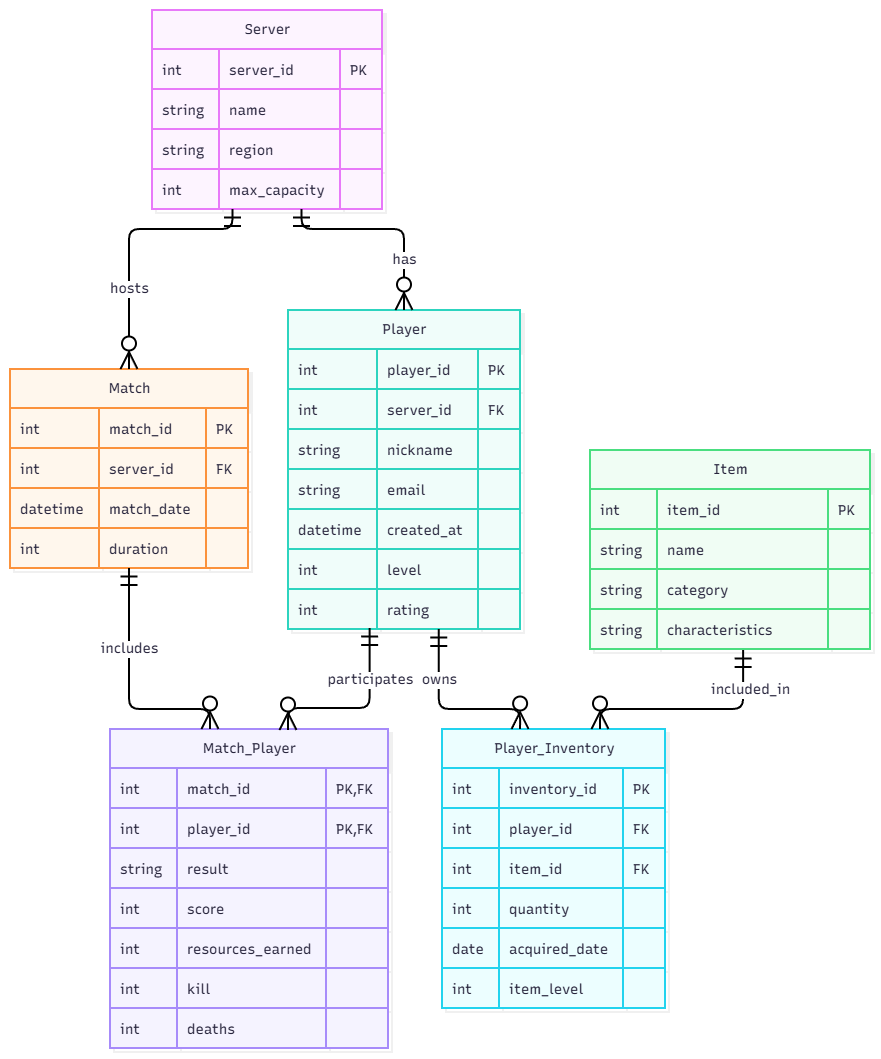
Before: labs/1 - ER Diagram/er_diagram.png, a diagram exported from draw.io (ZheniaTrochun/db-intro-course). Source tidied: cells renumbered, new cells last; positions are measured from the earlier drawing's top-left corner, leaving out a move shared by most shapes.
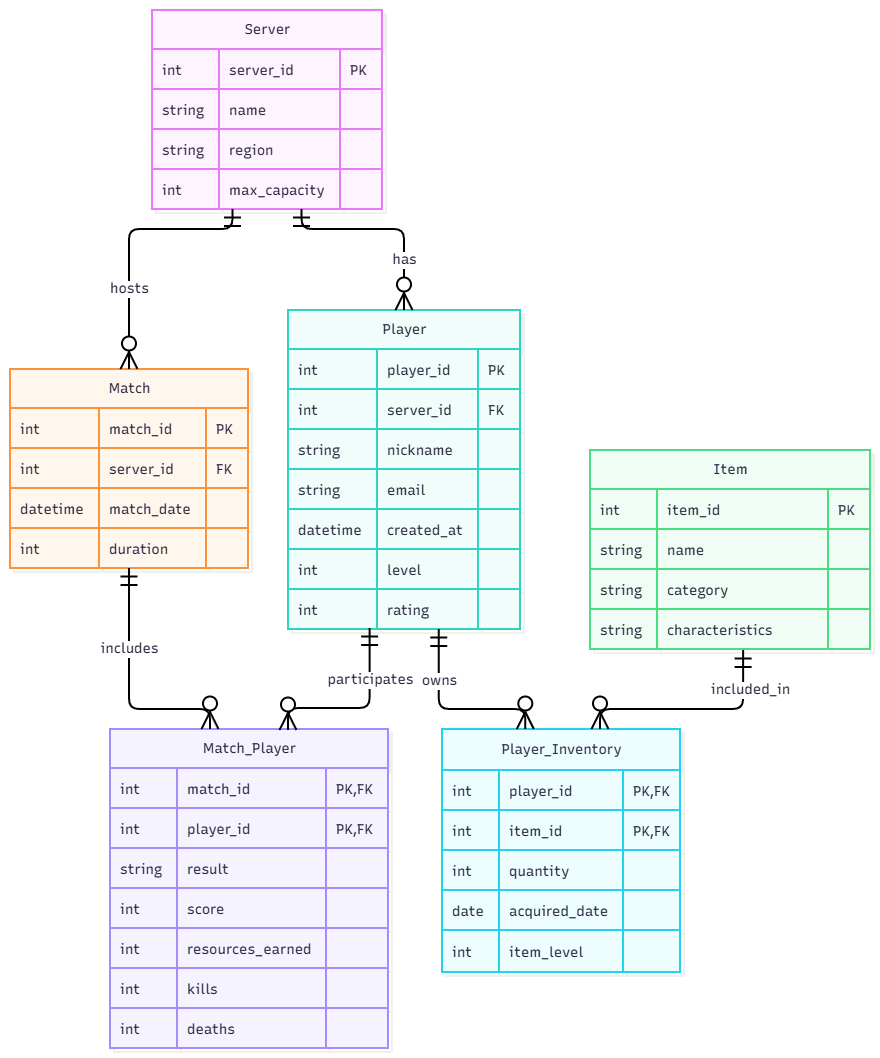
The same file after the commit.

Commit message:
Refactor Player_Inventory keys and sync report attributes

Change to the diagram source:
```diff
@@ -1,4 +1,4 @@
-<mxGraphModel>
+<mxGraphModel background="light-dark(#ffffff, #121212)">
   <root>
     <mxCell id="0" />
     <mxCell id="1" parent="0" />
@@ -194,23 +194,11 @@
     <mxCell id="65" style="shape=partialRectangle;fillColor=none;strokeColor=#FB923C;strokeWidth=2;fontColor=#28253D;fontFamily=Recursive;top=1;left=1;bottom=1;right=1;align=left;spacingLeft=8;overflow=hidden;fontSize=14;fontSource=https%3A%2F%2Ffonts.googleapis.com%2Fcss%3Ffamily%3DRecursive;" parent="62" vertex="1">
       <mxGeometry x="196" width="42" height="40" as="geometry" />
     </mxCell>
-    <mxCell id="66" value="Player_Inventory" style="shape=table;startSize=39.75;rowLines=1;fontSize=14;fontFamily=Recursive;strokeWidth=2;align=center;html=1;fillColor=#ECFEFF;strokeColor=#22D3EE;fontColor=#28253D;shadow=1;shadowColor=#000000;shadowOffsetX=4;shadowOffsetY=4;shadowBlur=0;shadowOpacity=6;fontSource=https%3A%2F%2Ffonts.googleapis.com%2Fcss%3Ffamily%3DRecursive;" parent="2" vertex="1">
-      <mxGeometry x="782" y="869" width="223" height="279" as="geometry" />
+    <mxCell id="66" value="Player_Inventory" style="shape=table;startSize=41;rowLines=1;fontSize=14;fontFamily=Recursive;strokeWidth=2;align=center;html=1;fillColor=#ECFEFF;strokeColor=#22D3EE;fontColor=#28253D;shadow=1;shadowColor=#000000;shadowOffsetX=4;shadowOffsetY=4;shadowBlur=0;shadowOpacity=6;fontSource=https%3A%2F%2Ffonts.googleapis.com%2Fcss%3Ffamily%3DRecursive;" parent="2" vertex="1">
+      <mxGeometry x="782" y="869" width="238" height="243" as="geometry" />
     </mxCell>
-    <mxCell id="67" style="shape=tableRow;horizontal=0;startSize=0;swimlaneHead=0;swimlaneBody=1;fillColor=#ECFEFF;strokeColor=#22D3EE;strokeWidth=2;top=0;left=0;right=0;bottom=0;" parent="66" vertex="1">
-      <mxGeometry y="39" width="223" height="40" as="geometry" />
-    </mxCell>
-    <mxCell id="68" value="int" style="shape=partialRectangle;fillColor=none;strokeColor=#22D3EE;strokeWidth=2;fontColor=#28253D;fontFamily=Recursive;top=1;left=1;bottom=1;right=1;align=left;spacingLeft=8;overflow=hidden;fontSize=14;fontSource=https%3A%2F%2Ffonts.googleapis.com%2Fcss%3Ffamily%3DRecursive;" parent="67" vertex="1">
-      <mxGeometry width="57" height="40" as="geometry" />
-    </mxCell>
-    <mxCell id="69" value="inventory_id" style="shape=partialRectangle;fillColor=none;strokeColor=#22D3EE;strokeWidth=2;fontColor=#28253D;fontFamily=Recursive;top=1;left=1;bottom=1;right=1;align=left;spacingLeft=8;overflow=hidden;fontSize=14;fontSource=https%3A%2F%2Ffonts.googleapis.com%2Fcss%3Ffamily%3DRecursive;" parent="67" vertex="1">
-      <mxGeometry x="57" width="124" height="40" as="geometry" />
-    </mxCell>
-    <mxCell id="70" value="PK" style="shape=partialRectangle;fillColor=none;strokeColor=#22D3EE;strokeWidth=2;fontColor=#28253D;fontFamily=Recursive;top=1;left=1;bottom=1;right=1;align=left;spacingLeft=8;overflow=hidden;fontSize=14;fontSource=https%3A%2F%2Ffonts.googleapis.com%2Fcss%3Ffamily%3DRecursive;" parent="67" vertex="1">
-      <mxGeometry x="181" width="42" height="40" as="geometry" />
-    </mxCell>
     <mxCell id="71" style="shape=tableRow;horizontal=0;startSize=0;swimlaneHead=0;swimlaneBody=1;fillColor=#ECFEFF;strokeColor=#22D3EE;strokeWidth=2;top=0;left=0;right=0;bottom=0;" parent="66" vertex="1">
-      <mxGeometry y="79" width="223" height="40" as="geometry" />
+      <mxGeometry y="41" width="238" height="40" as="geometry" />
     </mxCell>
     <mxCell id="72" value="int" style="shape=partialRectangle;fillColor=none;strokeColor=#22D3EE;strokeWidth=2;fontColor=#28253D;fontFamily=Recursive;top=1;left=1;bottom=1;right=1;align=left;spacingLeft=8;overflow=hidden;fontSize=14;fontSource=https%3A%2F%2Ffonts.googleapis.com%2Fcss%3Ffamily%3DRecursive;" parent="71" vertex="1">
       <mxGeometry width="57" height="40" as="geometry" />
@@ -218,11 +206,11 @@
     <mxCell id="73" value="player_id" style="shape=partialRectangle;fillColor=none;strokeColor=#22D3EE;strokeWidth=2;fontColor=#28253D;fontFamily=Recursive;top=1;left=1;bottom=1;right=1;align=left;spacingLeft=8;overflow=hidden;fontSize=14;fontSource=https%3A%2F%2Ffonts.googleapis.com%2Fcss%3Ffamily%3DRecursive;" parent="71" vertex="1">
       <mxGeometry x="57" width="124" height="40" as="geometry" />
     </mxCell>
-    <mxCell id="74" value="FK" style="shape=partialRectangle;fillColor=none;strokeColor=#22D3EE;strokeWidth=2;fontColor=#28253D;fontFamily=Recursive;top=1;left=1;bottom=1;right=1;align=left;spacingLeft=8;overflow=hidden;fontSize=14;fontSource=https%3A%2F%2Ffonts.googleapis.com%2Fcss%3Ffamily%3DRecursive;" parent="71" vertex="1">
-      <mxGeometry x="181" width="42" height="40" as="geometry" />
+    <mxCell id="74" value="PK,FK" style="shape=partialRectangle;fillColor=none;strokeColor=#22D3EE;strokeWidth=2;fontColor=#28253D;fontFamily=Recursive;top=1;left=1;bottom=1;right=1;align=left;spacingLeft=8;overflow=hidden;fontSize=14;fontSource=https%3A%2F%2Ffonts.googleapis.com%2Fcss%3Ffamily%3DRecursive;" parent="71" vertex="1">
+      <mxGeometry x="181" width="57" height="40" as="geometry" />
     </mxCell>
     <mxCell id="75" style="shape=tableRow;horizontal=0;startSize=0;swimlaneHead=0;swimlaneBody=1;fillColor=#ECFEFF;strokeColor=#22D3EE;strokeWidth=2;top=0;left=0;right=0;bottom=0;" parent="66" vertex="1">
-      <mxGeometry y="119" width="223" height="40" as="geometry" />
+      <mxGeometry y="81" width="238" height="40" as="geometry" />
     </mxCell>
     <mxCell id="76" value="int" style="shape=partialRectangle;fillColor=none;strokeColor=#22D3EE;strokeWidth=2;fontColor=#28253D;fontFamily=Recursive;top=1;left=1;bottom=1;right=1;align=left;spacingLeft=8;overflow=hidden;fontSize=14;fontSource=https%3A%2F%2Ffonts.googleapis.com%2Fcss%3Ffamily%3DRecursive;" parent="75" vertex="1">
       <mxGeometry width="57" height="40" as="geometry" />
@@ -230,11 +218,11 @@
     <mxCell id="77" value="item_id" style="shape=partialRectangle;fillColor=none;strokeColor=#22D3EE;strokeWidth=2;fontColor=#28253D;fontFamily=Recursive;top=1;left=1;bottom=1;right=1;align=left;spacingLeft=8;overflow=hidden;fontSize=14;fontSource=https%3A%2F%2Ffonts.googleapis.com%2Fcss%3Ffamily%3DRecursive;" parent="75" vertex="1">
       <mxGeometry x="57" width="124" height="40" as="geometry" />
     </mxCell>
-    <mxCell id="78" value="FK" style="shape=partialRectangle;fillColor=none;strokeColor=#22D3EE;strokeWidth=2;fontColor=#28253D;fontFamily=Recursive;top=1;left=1;bottom=1;right=1;align=left;spacingLeft=8;overflow=hidden;fontSize=14;fontSource=https%3A%2F%2Ffonts.googleapis.com%2Fcss%3Ffamily%3DRecursive;" parent="75" vertex="1">
-      <mxGeometry x="181" width="42" height="40" as="geometry" />
+    <mxCell id="78" value="PK,FK" style="shape=partialRectangle;fillColor=none;strokeColor=#22D3EE;strokeWidth=2;fontColor=#28253D;fontFamily=Recursive;top=1;left=1;bottom=1;right=1;align=left;spacingLeft=8;overflow=hidden;fontSize=14;fontSource=https%3A%2F%2Ffonts.googleapis.com%2Fcss%3Ffamily%3DRecursive;" parent="75" vertex="1">
+      <mxGeometry x="181" width="57" height="40" as="geometry" />
     </mxCell>
     <mxCell id="79" style="shape=tableRow;horizontal=0;startSize=0;swimlaneHead=0;swimlaneBody=1;fillColor=#ECFEFF;strokeColor=#22D3EE;strokeWidth=2;top=0;left=0;right=0;bottom=0;" parent="66" vertex="1">
-      <mxGeometry y="159" width="223" height="40" as="geometry" />
+      <mxGeometry y="121" width="238" height="40" as="geometry" />
     </mxCell>
     <mxCell id="80" value="int" style="shape=partialRectangle;fillColor=none;strokeColor=#22D3EE;strokeWidth=2;fontColor=#28253D;fontFamily=Recursive;top=1;left=1;bottom=1;right=1;align=left;spacingLeft=8;overflow=hidden;fontSize=14;fontSource=https%3A%2F%2Ffonts.googleapis.com%2Fcss%3Ffamily%3DRecursive;" parent="79" vertex="1">
       <mxGeometry width="57" height="40" as="geometry" />
@@ -243,10 +231,10 @@
       <mxGeometry x="57" width="124" height="40" as="geometry" />
     </mxCell>
     <mxCell id="82" style="shape=partialRectangle;fillColor=none;strokeColor=#22D3EE;strokeWidth=2;fontColor=#28253D;fontFamily=Recursive;top=1;left=1;bottom=1;right=1;align=left;spacingLeft=8;overflow=hidden;fontSize=14;fontSource=https%3A%2F%2Ffonts.googleapis.com%2Fcss%3Ffamily%3DRecursive;" parent="79" vertex="1">
-      <mxGeometry x="181" width="42" height="40" as="geometry" />
+      <mxGeometry x="181" width="57" height="40" as="geometry" />
     </mxCell>
     <mxCell id="83" style="shape=tableRow;horizontal=0;startSize=0;swimlaneHead=0;swimlaneBody=1;fillColor=#ECFEFF;strokeColor=#22D3EE;strokeWidth=2;top=0;left=0;right=0;bottom=0;" parent="66" vertex="1">
-      <mxGeometry y="199" width="223" height="40" as="geometry" />
+      <mxGeometry y="161" width="238" height="40" as="geometry" />
     </mxCell>
     <mxCell id="84" value="date" style="shape=partialRectangle;fillColor=none;strokeColor=#22D3EE;strokeWidth=2;fontColor=#28253D;fontFamily=Recursive;top=1;left=1;bottom=1;right=1;align=left;spacingLeft=8;overflow=hidden;fontSize=14;fontSource=https%3A%2F%2Ffonts.googleapis.com%2Fcss%3Ffamily%3DRecursive;" parent="83" vertex="1">
       <mxGeometry width="57" height="40" as="geometry" />
@@ -255,19 +243,19 @@
       <mxGeometry x="57" width="124" height="40" as="geometry" />
     </mxCell>
     <mxCell id="86" style="shape=partialRectangle;fillColor=none;strokeColor=#22D3EE;strokeWidth=2;fontColor=#28253D;fontFamily=Recursive;top=1;left=1;bottom=1;right=1;align=left;spacingLeft=8;overflow=hidden;fontSize=14;fontSource=https%3A%2F%2Ffonts.googleapis.com%2Fcss%3Ffamily%3DRecursive;" parent="83" vertex="1">
-      <mxGeometry x="181" width="42" height="40" as="geometry" />
+      <mxGeometry x="181" width="57" height="40" as="geometry" />
     </mxCell>
     <mxCell id="87" style="shape=tableRow;horizontal=0;startSize=0;swimlaneHead=0;swimlaneBody=1;fillColor=#ECFEFF;strokeColor=#22D3EE;strokeWidth=2;top=0;left=0;right=0;bottom=0;" parent="66" vertex="1">
-      <mxGeometry y="239" width="223" height="40" as="geometry" />
+      <mxGeometry y="201" width="238" height="42" as="geometry" />
     </mxCell>
     <mxCell id="88" value="int" style="shape=partialRectangle;fillColor=none;strokeColor=#22D3EE;strokeWidth=2;fontColor=#28253D;fontFamily=Recursive;top=1;left=1;bottom=1;right=1;align=left;spacingLeft=8;overflow=hidden;fontSize=14;fontSource=https%3A%2F%2Ffonts.googleapis.com%2Fcss%3Ffamily%3DRecursive;" parent="87" vertex="1">
-      <mxGeometry width="57" height="40" as="geometry" />
+      <mxGeometry width="57" height="42" as="geometry" />
     </mxCell>
     <mxCell id="89" value="item_level" style="shape=partialRectangle;fillColor=none;strokeColor=#22D3EE;strokeWidth=2;fontColor=#28253D;fontFamily=Recursive;top=1;left=1;bottom=1;right=1;align=left;spacingLeft=8;overflow=hidden;fontSize=14;fontSource=https%3A%2F%2Ffonts.googleapis.com%2Fcss%3Ffamily%3DRecursive;" parent="87" vertex="1">
-      <mxGeometry x="57" width="124" height="40" as="geometry" />
+      <mxGeometry x="57" width="124" height="42" as="geometry" />
     </mxCell>
     <mxCell id="90" style="shape=partialRectangle;fillColor=none;strokeColor=#22D3EE;strokeWidth=2;fontColor=#28253D;fontFamily=Recursive;top=1;left=1;bottom=1;right=1;align=left;spacingLeft=8;overflow=hidden;fontSize=14;fontSource=https%3A%2F%2Ffonts.googleapis.com%2Fcss%3Ffamily%3DRecursive;" parent="87" vertex="1">
-      <mxGeometry x="181" width="42" height="40" as="geometry" />
+      <mxGeometry x="181" width="57" height="42" as="geometry" />
     </mxCell>
     <mxCell id="91" style="edgeStyle=none;html=1;exitX=0.5;exitY=0;exitDx=0;exitDy=0;" parent="2" edge="1" source="127">
       <mxGeometry relative="1" as="geometry">
@@ -343,7 +331,7 @@
     <mxCell id="114" value="int" style="shape=partialRectangle;fillColor=none;strokeColor=#A78BFA;strokeWidth=2;fontColor=#28253D;fontFamily=Recursive;top=1;left=1;bottom=1;right=1;align=left;spacingLeft=8;overflow=hidden;fontSize=14;fontSource=https%3A%2F%2Ffonts.googleapis.com%2Fcss%3Ffamily%3DRecursive;" parent="113" vertex="1">
       <mxGeometry width="67" height="40" as="geometry" />
     </mxCell>
-    <mxCell id="115" value="kill" style="shape=partialRectangle;fillColor=none;strokeColor=#A78BFA;strokeWidth=2;fontColor=#28253D;fontFamily=Recursive;top=1;left=1;bottom=1;right=1;align=left;spacingLeft=8;overflow=hidden;fontSize=14;fontSource=https%3A%2F%2Ffonts.googleapis.com%2Fcss%3Ffamily%3DRecursive;" parent="113" vertex="1">
+    <mxCell id="115" value="kills" style="shape=partialRectangle;fillColor=none;strokeColor=#A78BFA;strokeWidth=2;fontColor=#28253D;fontFamily=Recursive;top=1;left=1;bottom=1;right=1;align=left;spacingLeft=8;overflow=hidden;fontSize=14;fontSource=https%3A%2F%2Ffonts.googleapis.com%2Fcss%3Ffamily%3DRecursive;" parent="113" vertex="1">
       <mxGeometry x="67" width="149" height="40" as="geometry" />
     </mxCell>
     <mxCell id="116" style="shape=partialRectangle;fillColor=none;strokeColor=#A78BFA;strokeWidth=2;fontColor=#28253D;fontFamily=Recursive;top=1;left=1;bottom=1;right=1;align=left;spacingLeft=8;overflow=hidden;fontSize=14;fontSource=https%3A%2F%2Ffonts.googleapis.com%2Fcss%3Ffamily%3DRecursive;" parent="113" vertex="1">
@@ -380,8 +368,8 @@
     <mxCell id="123" value="owns" style="edgeStyle=orthogonalEdgeStyle;rounded=1;curved=0;startArrow=ERmandOne;startSize=14;endArrow=ERzeroToMany;endSize=14;jumpStyle=arc;jumpSize=12;strokeColor=#000000;strokeWidth=2;html=1;fontSize=14;labelBackgroundColor=#FFFFFF;fontFamily=Recursive;fontColor=#28253D;exitX=0.65;exitY=1;entryX=0.35;entryY=0;fontSource=https%3A%2F%2Ffonts.googleapis.com%2Fcss%3Ffamily%3DRecursive;" parent="2" edge="1" source="20" target="66">
       <mxGeometry x="-0.44" relative="1" as="geometry">
         <Array as="points">
-          <mxPoint x="779" y="849" />
-          <mxPoint x="860" y="849" />
+          <mxPoint x="778.8" y="849" />
+          <mxPoint x="865.3" y="849" />
         </Array>
       </mxGeometry>
     </mxCell>
```
